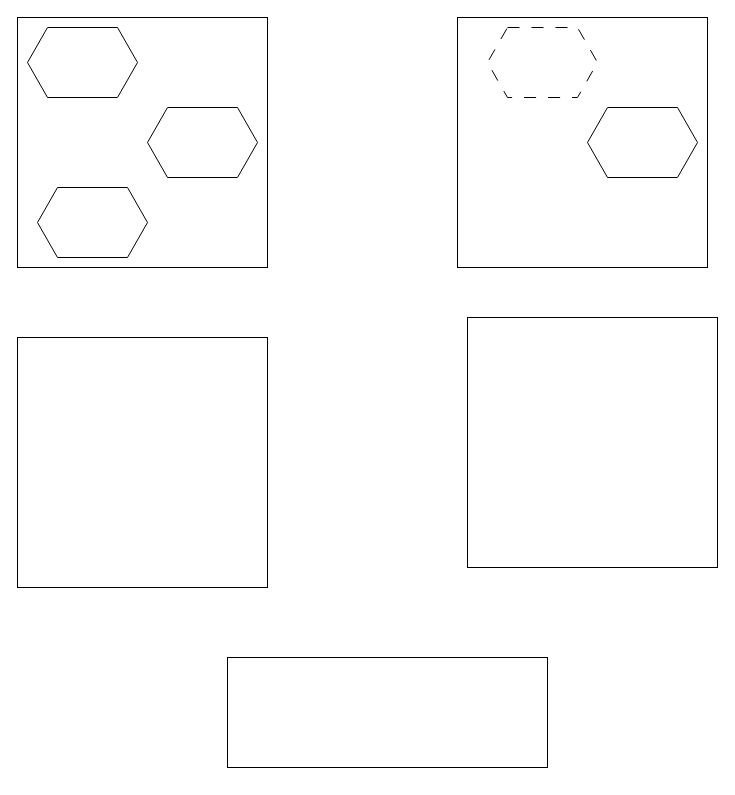
Before: Microservices.drawio in atheeswaran/Dissertation_VehicleAPIPlatform, a draw.io diagram. Source tidied: cells renumbered, new cells numbered last; positions are measured from the earlier drawing's top-left corner, leaving out a move shared by most shapes. Both pictures are drawn from the tidied source at 100%, with x=0, y=0 at pixel (17, 17).
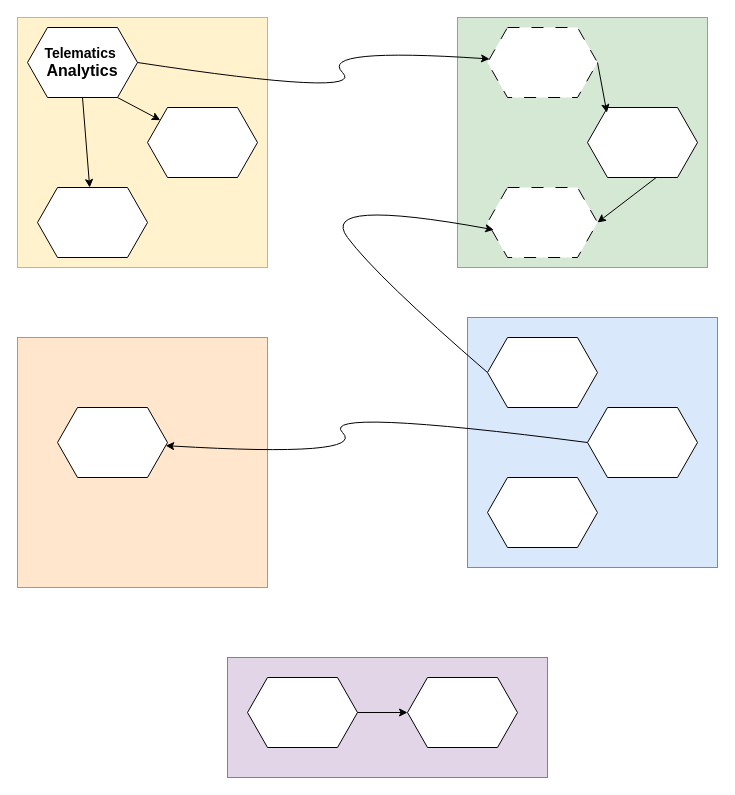
Above is the later version.

Unchanged cells that the change refers to:
```xml
<mxCell id="8" style="shape=hexagon;perimeter=hexagonPerimeter2;whiteSpace=wrap;html=1;fixedSize=1;" parent="1" vertex="1">
  <mxGeometry x="130" y="90" width="110" height="70" as="geometry" />
</mxCell>
<mxCell id="9" style="shape=hexagon;perimeter=hexagonPerimeter2;whiteSpace=wrap;html=1;fixedSize=1;" parent="1" vertex="1">
  <mxGeometry x="20" y="170" width="110" height="70" as="geometry" />
</mxCell>
<mxCell id="10" style="shape=hexagon;perimeter=hexagonPerimeter2;whiteSpace=wrap;html=1;fixedSize=1;" parent="1" vertex="1">
  <mxGeometry x="570" y="90" width="110" height="70" as="geometry" />
</mxCell>
<mxCell id="11" style="shape=hexagon;perimeter=hexagonPerimeter2;whiteSpace=wrap;html=1;fixedSize=1;dashed=1;dashPattern=12 12;" parent="1" vertex="1">
  <mxGeometry x="470" y="10" width="110" height="70" as="geometry" />
</mxCell>
```

The edit, as a diff of the source:
```diff
@@
-    <mxCell id="2" style="whiteSpace=wrap;html=1;" parent="1" vertex="1">
+    <mxCell id="2" style="whiteSpace=wrap;html=1;fillColor=#fff2cc;strokeColor=#d6b656;" parent="1" vertex="1">
       <mxGeometry width="250" height="250" as="geometry" />
     </mxCell>
-    <mxCell id="3" style="whiteSpace=wrap;html=1;" parent="1" vertex="1">
+    <mxCell id="3" style="whiteSpace=wrap;html=1;fillColor=#d5e8d4;strokeColor=#82b366;" parent="1" vertex="1">
       <mxGeometry x="440" width="250" height="250" as="geometry" />
     </mxCell>
-    <mxCell id="4" style="whiteSpace=wrap;html=1;" parent="1" vertex="1">
+    <mxCell id="4" style="whiteSpace=wrap;html=1;fillColor=#dae8fc;strokeColor=#6c8ebf;" parent="1" vertex="1">
       <mxGeometry x="450" y="300" width="250" height="250" as="geometry" />
     </mxCell>
-    <mxCell id="5" style="whiteSpace=wrap;html=1;" parent="1" vertex="1">
+    <mxCell id="5" style="whiteSpace=wrap;html=1;fillColor=#ffe6cc;strokeColor=#d79b00;" parent="1" vertex="1">
       <mxGeometry y="320" width="250" height="250" as="geometry" />
     </mxCell>
-    <mxCell id="6" style="rounded=0;whiteSpace=wrap;html=1;" parent="1" vertex="1">
-      <mxGeometry x="210" y="640" width="320" height="110" as="geometry" />
+    <mxCell id="6" style="rounded=0;whiteSpace=wrap;html=1;fillColor=#e1d5e7;strokeColor=#9673a6;" parent="1" vertex="1">
+      <mxGeometry x="210" y="640" width="320" height="120" as="geometry" />
     </mxCell>
-    <mxCell id="7" style="shape=hexagon;perimeter=hexagonPerimeter2;whiteSpace=wrap;html=1;fixedSize=1;" parent="1" vertex="1">
+    <mxCell id="7" value="&lt;b&gt;&lt;font style=&quot;font-size: 14px;&quot;&gt;Telematics&amp;nbsp;&lt;/font&gt;&lt;/b&gt;&lt;div&gt;&lt;b&gt;&lt;font size=&quot;3&quot;&gt;Analytics&lt;/font&gt;&lt;/b&gt;&lt;/div&gt;" style="shape=hexagon;perimeter=hexagonPerimeter2;whiteSpace=wrap;html=1;fixedSize=1;" parent="1" vertex="1">
       <mxGeometry x="10" y="10" width="110" height="70" as="geometry" />
     </mxCell>
@@
+    <mxCell id="12" style="shape=hexagon;perimeter=hexagonPerimeter2;whiteSpace=wrap;html=1;fixedSize=1;dashed=1;dashPattern=12 12;" parent="1" vertex="1">
+      <mxGeometry x="470" y="170" width="110" height="70" as="geometry" />
+    </mxCell>
+    <mxCell id="13" style="shape=hexagon;perimeter=hexagonPerimeter2;whiteSpace=wrap;html=1;fixedSize=1;" parent="1" vertex="1">
+      <mxGeometry x="40" y="390" width="110" height="70" as="geometry" />
+    </mxCell>
+    <mxCell id="14" style="shape=hexagon;perimeter=hexagonPerimeter2;whiteSpace=wrap;html=1;fixedSize=1;" parent="1" vertex="1">
+      <mxGeometry x="470" y="320" width="110" height="70" as="geometry" />
+    </mxCell>
+    <mxCell id="15" style="shape=hexagon;perimeter=hexagonPerimeter2;whiteSpace=wrap;html=1;fixedSize=1;" parent="1" vertex="1">
+      <mxGeometry x="570" y="390" width="110" height="70" as="geometry" />
+    </mxCell>
+    <mxCell id="16" style="shape=hexagon;perimeter=hexagonPerimeter2;whiteSpace=wrap;html=1;fixedSize=1;" parent="1" vertex="1">
+      <mxGeometry x="470" y="460" width="110" height="70" as="geometry" />
+    </mxCell>
+    <mxCell id="17" style="shape=hexagon;perimeter=hexagonPerimeter2;whiteSpace=wrap;html=1;fixedSize=1;" parent="1" vertex="1">
+      <mxGeometry x="230" y="660" width="110" height="70" as="geometry" />
+    </mxCell>
+    <mxCell id="18" style="shape=hexagon;perimeter=hexagonPerimeter2;whiteSpace=wrap;html=1;fixedSize=1;" parent="1" vertex="1">
+      <mxGeometry x="390" y="660" width="110" height="70" as="geometry" />
+    </mxCell>
+    <mxCell id="19" style="curved=1;endArrow=classic;html=1;rounded=0;entryX=0.057;entryY=0.604;entryDx=0;entryDy=0;entryPerimeter=0;exitX=0;exitY=0.5;exitDx=0;exitDy=0;" parent="1" edge="1" source="14" target="12">
+      <mxGeometry relative="1" as="geometry">
+        <Array as="points">
+          <mxPoint x="360" y="260" />
+          <mxPoint x="300" y="180" />
+        </Array>
+      </mxGeometry>
+    </mxCell>
+    <mxCell id="20" style="curved=1;endArrow=classic;html=1;rounded=0;exitX=1;exitY=0.5;exitDx=0;exitDy=0;" parent="1" edge="1" source="7" target="11">
+      <mxGeometry relative="1" as="geometry">
+        <Array as="points">
+          <mxPoint x="350" y="80" />
+          <mxPoint x="300" y="30" />
+        </Array>
+      </mxGeometry>
+    </mxCell>
+    <mxCell id="21" style="curved=1;endArrow=classic;html=1;rounded=0;exitX=0;exitY=0.5;exitDx=0;exitDy=0;" parent="1" edge="1" source="15" target="13">
+      <mxGeometry relative="1" as="geometry">
+        <Array as="points">
+          <mxPoint x="300" y="390" />
+          <mxPoint x="350" y="440" />
+        </Array>
+      </mxGeometry>
+    </mxCell>
+    <mxCell id="22" style="endArrow=classic;html=1;rounded=0;exitX=1;exitY=0.5;exitDx=0;exitDy=0;entryX=0;entryY=0.5;entryDx=0;entryDy=0;" parent="1" edge="1" source="17" target="18">
+      <mxGeometry relative="1" as="geometry" />
+    </mxCell>
+    <mxCell id="23" style="endArrow=classic;html=1;rounded=0;exitX=0.5;exitY=1;exitDx=0;exitDy=0;" parent="1" edge="1" source="7" target="9">
+      <mxGeometry relative="1" as="geometry" />
+    </mxCell>
+    <mxCell id="24" style="endArrow=classic;html=1;rounded=0;exitX=0.818;exitY=1;exitDx=0;exitDy=0;exitPerimeter=0;" parent="1" edge="1" source="7" target="8">
+      <mxGeometry relative="1" as="geometry" />
+    </mxCell>
+    <mxCell id="25" style="endArrow=classic;html=1;rounded=0;exitX=1;exitY=0.5;exitDx=0;exitDy=0;entryX=0.176;entryY=0.073;entryDx=0;entryDy=0;entryPerimeter=0;" parent="1" edge="1" source="11" target="10">
+      <mxGeometry relative="1" as="geometry" />
+    </mxCell>
+    <mxCell id="26" style="endArrow=classic;html=1;rounded=0;entryX=1;entryY=0.5;entryDx=0;entryDy=0;exitX=0.625;exitY=1;exitDx=0;exitDy=0;" parent="1" edge="1" source="10" target="12">
+      <mxGeometry relative="1" as="geometry" />
+    </mxCell>
```
